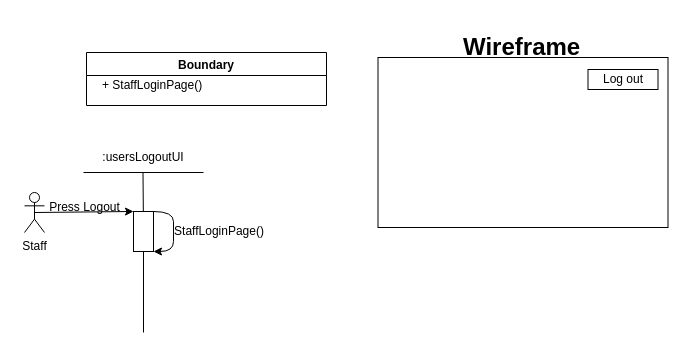
This is BCE_UML_and_Diagrams/LoginLogout/LogoutUserStory.drawio from extred5700/JAVAGUI-Restaurant-Table-Order-System, a draw.io file, before an edit. Source tidied: cells renumbered, new cells numbered last; positions are measured from the earlier drawing's top-left corner, leaving out a move shared by most shapes. Both pictures are drawn from the tidied source at 100%, with x=0, y=0 at pixel (24, 27).
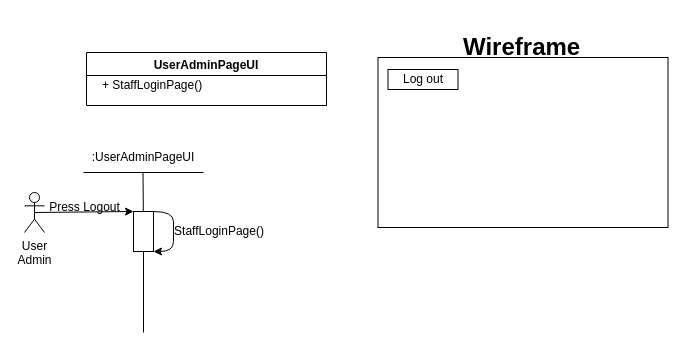
Above is the later version.

Commit message (it also covers changes not shown here):
Logout Diagrams Rework

The edit, as a diff of the source:
```diff
@@
-    <mxCell id="2" value="Boundary" style="swimlane;" parent="1" vertex="1">
+    <mxCell id="2" value="UserAdminPageUI" style="swimlane;" parent="1" vertex="1">
       <mxGeometry x="62" y="25" width="240" height="53" as="geometry" />
     </mxCell>
@@
-    <mxCell id="5" value="Staff" style="shape=umlActor;verticalLabelPosition=bottom;verticalAlign=top;html=1;outlineConnect=0;strokeColor=default;" parent="1" vertex="1">
+    <mxCell id="5" value="User&lt;br&gt;Admin" style="shape=umlActor;verticalLabelPosition=bottom;verticalAlign=top;html=1;outlineConnect=0;strokeColor=default;" parent="1" vertex="1">
       <mxGeometry y="165" width="20" height="40" as="geometry" />
     </mxCell>
-    <mxCell id="6" value=":usersLogoutUI" style="text;html=1;strokeColor=none;fillColor=none;align=center;verticalAlign=middle;whiteSpace=wrap;rounded=0;" parent="1" vertex="1">
+    <mxCell id="6" value=":UserAdminPageUI" style="text;html=1;strokeColor=none;fillColor=none;align=center;verticalAlign=middle;whiteSpace=wrap;rounded=0;" parent="1" vertex="1">
       <mxGeometry x="59" y="115" width="120" height="30" as="geometry" />
     </mxCell>
@@
     <mxCell id="15" value="Log out" style="rounded=0;whiteSpace=wrap;html=1;strokeColor=default;" parent="1" vertex="1">
-      <mxGeometry x="563.5" y="42" width="70" height="20" as="geometry" />
+      <mxGeometry x="363.5" y="42" width="70" height="20" as="geometry" />
     </mxCell>
```
